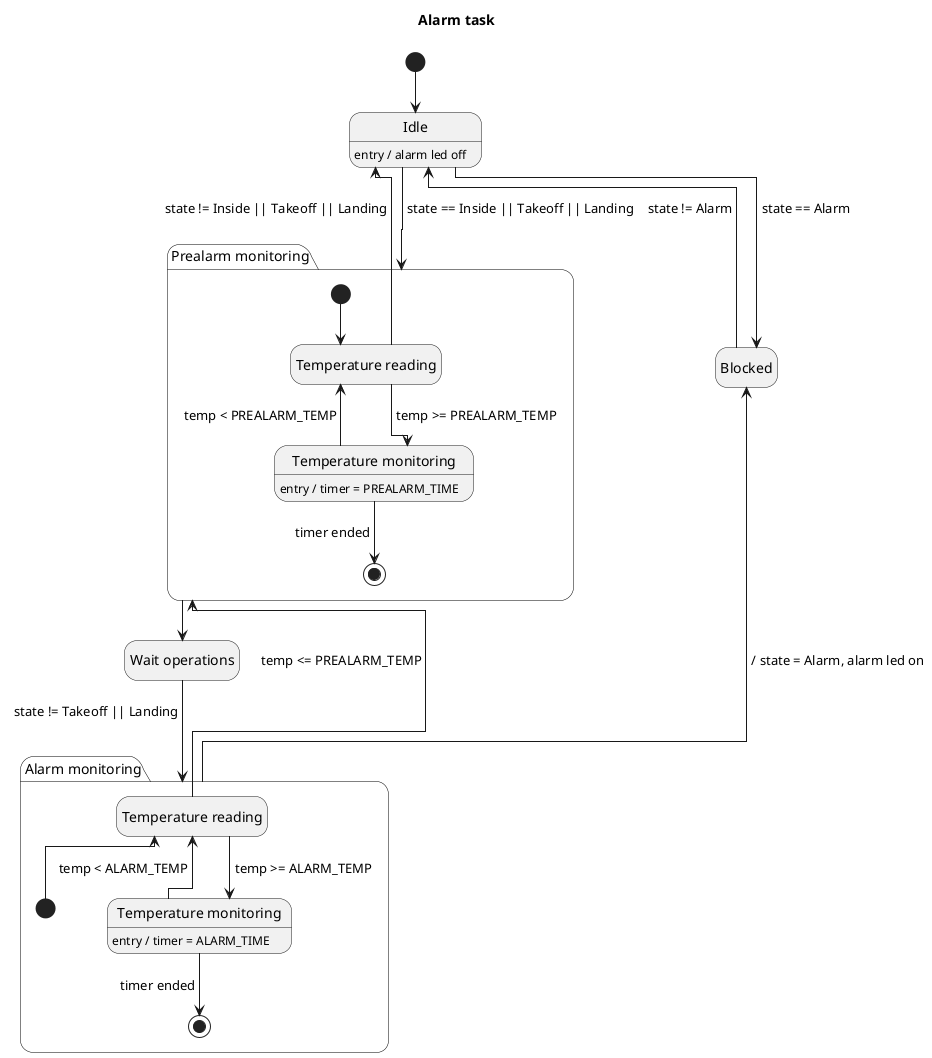
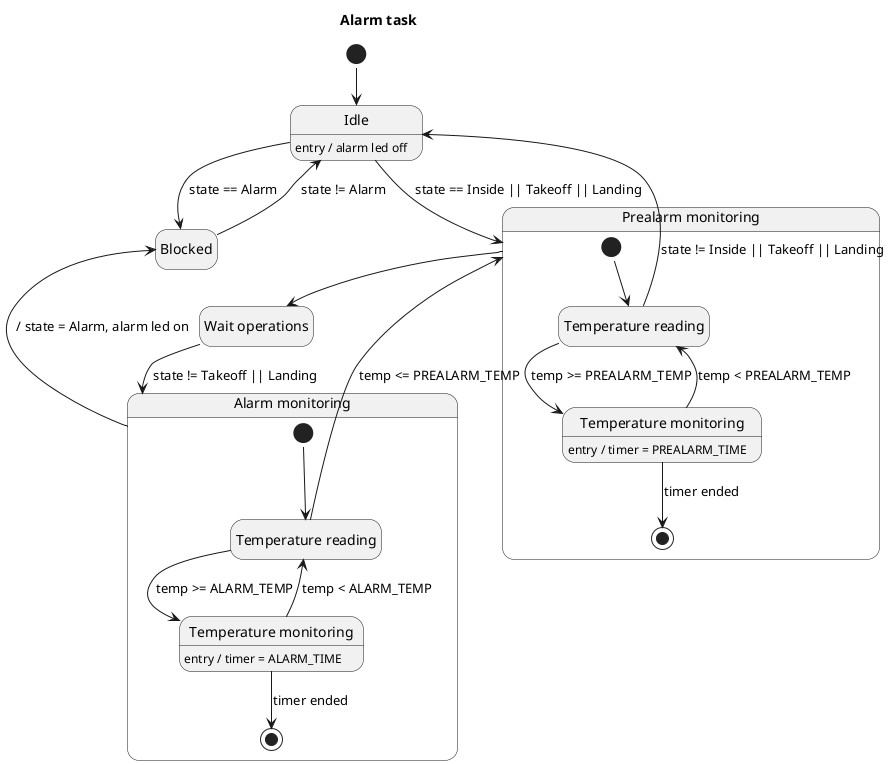
@startuml AlarmTask
- !pragma layout elk
+ !pragma layout smetana
hide empty description

title "Alarm task"

state start <<start>>

state "Idle" as idle
idle : entry / alarm led off

state "Blocked" as blocked

state "Prealarm monitoring" as prealarm {
    state startPrealarm <<start>>

    state "Temperature reading" as prealarmTempReading

    state "Temperature monitoring" as prealarmTempMonitoring
    prealarmTempMonitoring : entry / timer = PREALARM_TIME

    state endPrealarm <<end>>
}

state "Wait operations" as waitOperations

state "Alarm monitoring" as alarm {
    state startAlarm <<start>>

    state "Temperature reading" as alarmTempReading

    state "Temperature monitoring" as alarmTempMonitoring
    alarmTempMonitoring : entry / timer = ALARM_TIME

    state endAlarm <<end>>
}

start -d-> idle
- idle -r-> blocked : state == Alarm
- blocked -l-> idle : state != Alarm
+ 
+ idle -d-> blocked : state == Alarm
+ 
+ blocked -u-> idle : state != Alarm
idle -d-> prealarm : state == Inside || Takeoff || Landing

- startPrealarm -r-> prealarmTempReading
- prealarmTempReading -r-> prealarmTempMonitoring : temp >= PREALARM_TEMP
+ startPrealarm -d-> prealarmTempReading
+ prealarmTempReading -d-> prealarmTempMonitoring : temp >= PREALARM_TEMP
prealarmTempReading -u-> idle : state != Inside || Takeoff || Landing
- prealarmTempMonitoring -l-> prealarmTempReading : temp < PREALARM_TEMP
- prealarmTempMonitoring -r-> endPrealarm : timer ended
+ prealarmTempMonitoring -u-> prealarmTempReading : temp < PREALARM_TEMP
+ prealarmTempMonitoring -d-> endPrealarm : timer ended

prealarm -d-> waitOperations

waitOperations -d-> alarm : state != Takeoff || Landing

- startAlarm -u-> alarmTempReading
- alarmTempReading -r-> alarmTempMonitoring : temp >= ALARM_TEMP
+ startAlarm -d-> alarmTempReading
+ alarmTempReading -d-> alarmTempMonitoring : temp >= ALARM_TEMP
alarmTempReading -u-> prealarm : temp <= PREALARM_TEMP
- alarmTempMonitoring -l-> alarmTempReading : temp < ALARM_TEMP
- alarmTempMonitoring -r-> endAlarm : timer ended
+ alarmTempMonitoring -u-> alarmTempReading : temp < ALARM_TEMP
+ alarmTempMonitoring -d-> endAlarm : timer ended
alarm -u-> blocked : / state = Alarm, alarm led on

@enduml
